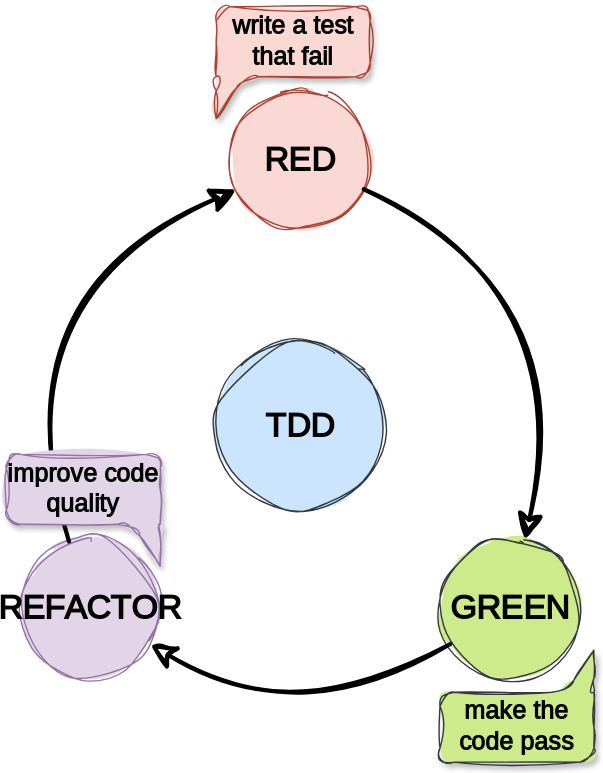
This is lectures/figures/tdd.drawio.svg from pintergreg/software-engineering, a draw.io export, as it was before one commit. Source tidied: cells renumbered, new cells last; positions are measured from the earlier drawing's top-left corner, leaving out a move shared by most shapes.
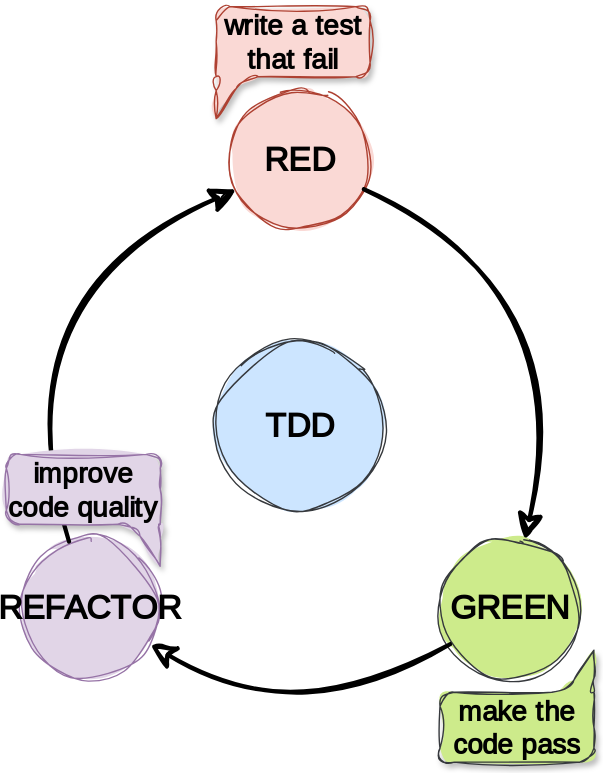
The same diagram one commit later.

Commit message:
Increase font size in descriptions #33

What changed in the source:
```diff
@@ -35,13 +35,13 @@
         </Array>
       </mxGeometry>
     </mxCell>
-    <mxCell id="9" value="&lt;div&gt;make the&lt;/div&gt;&lt;div&gt;code pass&lt;/div&gt;" style="shape=callout;whiteSpace=wrap;html=1;perimeter=calloutPerimeter;rounded=1;base=20;size=30;position=0;rotation=0;position2=0;horizontal=1;flipV=1;flipH=1;sketch=1;curveFitting=1;jiggle=2;fillColor=#cdeb8b;strokeColor=#36393d;fontFamily=Delicious Handrawn;fontSource=https%3A%2F%2Ffonts.googleapis.com%2Fcss%3Ffamily%3DDelicious%2BHandrawn;fontSize=18;fillWeight=2;fontStyle=1;textShadow=0;shadow=1;fillStyle=solid;" parent="1" vertex="1">
+    <mxCell id="9" value="&lt;div style=&quot;font-size: 20px;&quot;&gt;make the&lt;/div&gt;&lt;div style=&quot;font-size: 20px;&quot;&gt;code pass&lt;/div&gt;" style="shape=callout;whiteSpace=wrap;html=1;perimeter=calloutPerimeter;rounded=1;base=20;size=30;position=0;rotation=0;position2=0;horizontal=1;flipV=1;flipH=1;sketch=1;curveFitting=1;jiggle=2;fillColor=#cdeb8b;strokeColor=#36393d;fontFamily=Delicious Handrawn;fontSource=https%3A%2F%2Ffonts.googleapis.com%2Fcss%3Ffamily%3DDelicious%2BHandrawn;fontSize=20;fillWeight=2;fontStyle=1;textShadow=0;shadow=1;fillStyle=solid;" parent="1" vertex="1">
       <mxGeometry x="320" y="460" width="110" height="80" as="geometry" />
     </mxCell>
-    <mxCell id="10" value="improve code quality" style="shape=callout;whiteSpace=wrap;html=1;perimeter=calloutPerimeter;rounded=1;base=20;size=30;position=0;rotation=0;position2=0;horizontal=1;flipV=0;flipH=1;sketch=1;curveFitting=1;jiggle=2;fillColor=#e1d5e7;strokeColor=#9673a6;fontFamily=Delicious Handrawn;fontSource=https%3A%2F%2Ffonts.googleapis.com%2Fcss%3Ffamily%3DDelicious%2BHandrawn;fontSize=18;fillWeight=2;fontStyle=1;textShadow=0;shadow=1;fillStyle=solid;" parent="1" vertex="1">
+    <mxCell id="10" value="improve code quality" style="shape=callout;whiteSpace=wrap;html=1;perimeter=calloutPerimeter;rounded=1;base=20;size=30;position=0;rotation=0;position2=0;horizontal=1;flipV=0;flipH=1;sketch=1;curveFitting=1;jiggle=2;fillColor=#e1d5e7;strokeColor=#9673a6;fontFamily=Delicious Handrawn;fontSource=https%3A%2F%2Ffonts.googleapis.com%2Fcss%3Ffamily%3DDelicious%2BHandrawn;fontSize=20;fillWeight=2;fontStyle=1;textShadow=0;shadow=1;fillStyle=solid;" parent="1" vertex="1">
       <mxGeometry x="10" y="320" width="110" height="80" as="geometry" />
     </mxCell>
-    <mxCell id="11" value="write a test that fail" style="shape=callout;whiteSpace=wrap;html=1;perimeter=calloutPerimeter;rounded=1;base=20;size=30;position=0;rotation=0;position2=0;horizontal=1;flipV=0;flipH=0;fillColor=#fad9d5;strokeColor=#ae4132;fontFamily=Delicious Handrawn;fontSource=https%3A%2F%2Ffonts.googleapis.com%2Fcss%3Ffamily%3DDelicious%2BHandrawn;fontSize=18;fillWeight=2;sketch=1;curveFitting=1;jiggle=2;fontStyle=1;labelBackgroundColor=none;labelBorderColor=none;textShadow=0;shadow=1;fillStyle=solid;" parent="1" vertex="1">
+    <mxCell id="11" value="write a test that fail" style="shape=callout;whiteSpace=wrap;html=1;perimeter=calloutPerimeter;rounded=1;base=20;size=30;position=0;rotation=0;position2=0;horizontal=1;flipV=0;flipH=0;fillColor=#fad9d5;strokeColor=#ae4132;fontFamily=Delicious Handrawn;fontSource=https%3A%2F%2Ffonts.googleapis.com%2Fcss%3Ffamily%3DDelicious%2BHandrawn;fontSize=20;fillWeight=2;sketch=1;curveFitting=1;jiggle=2;fontStyle=1;labelBackgroundColor=none;labelBorderColor=none;textShadow=0;shadow=1;fillStyle=solid;" parent="1" vertex="1">
       <mxGeometry x="160" width="110" height="80" as="geometry" />
     </mxCell>
   </root>
```
